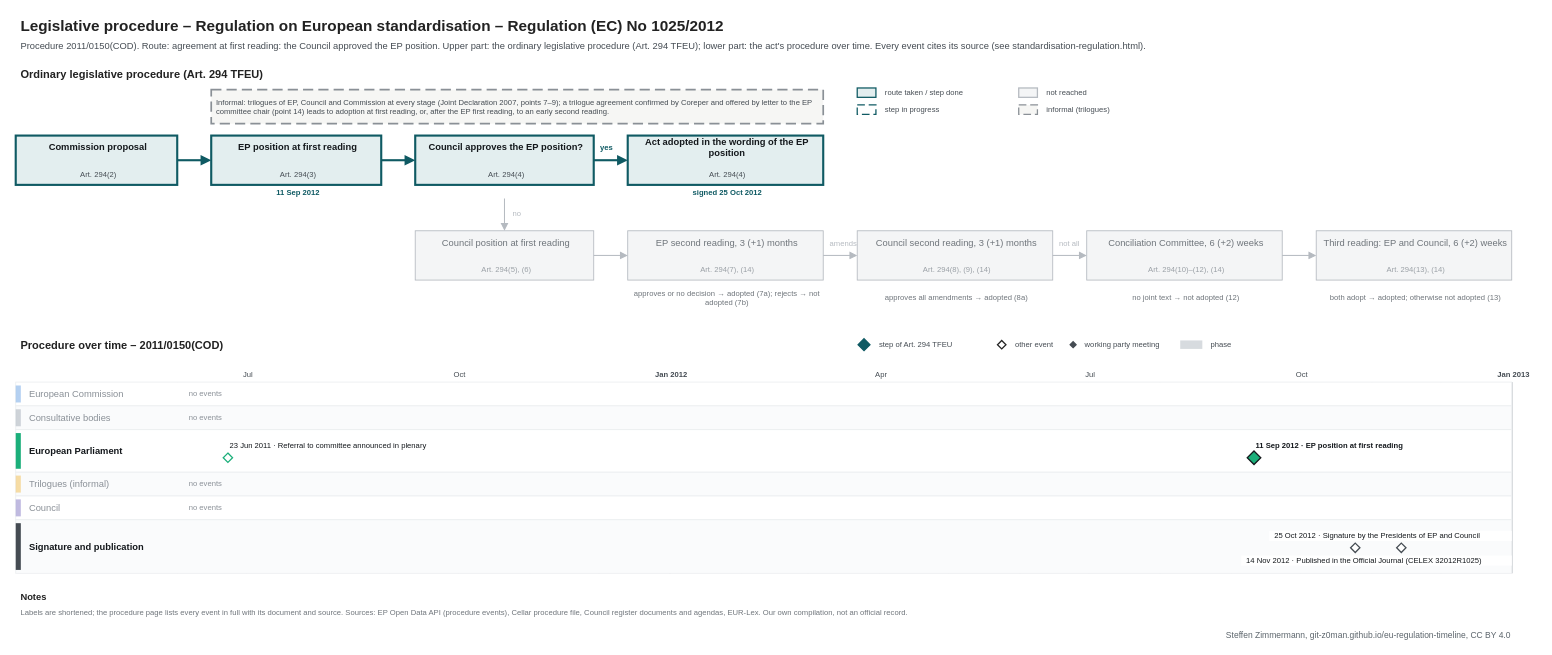
This is procedures/standardisation-regulation.drawio from git-z0man/eu-regulation-timeline, a draw.io file, before an edit. Source tidied: cells renumbered, new cells numbered last; positions are measured from the earlier drawing's top-left corner, leaving out a move shared by most shapes. Both pictures are drawn from the tidied source at 85%, with x=0, y=0 at pixel (15, 14).
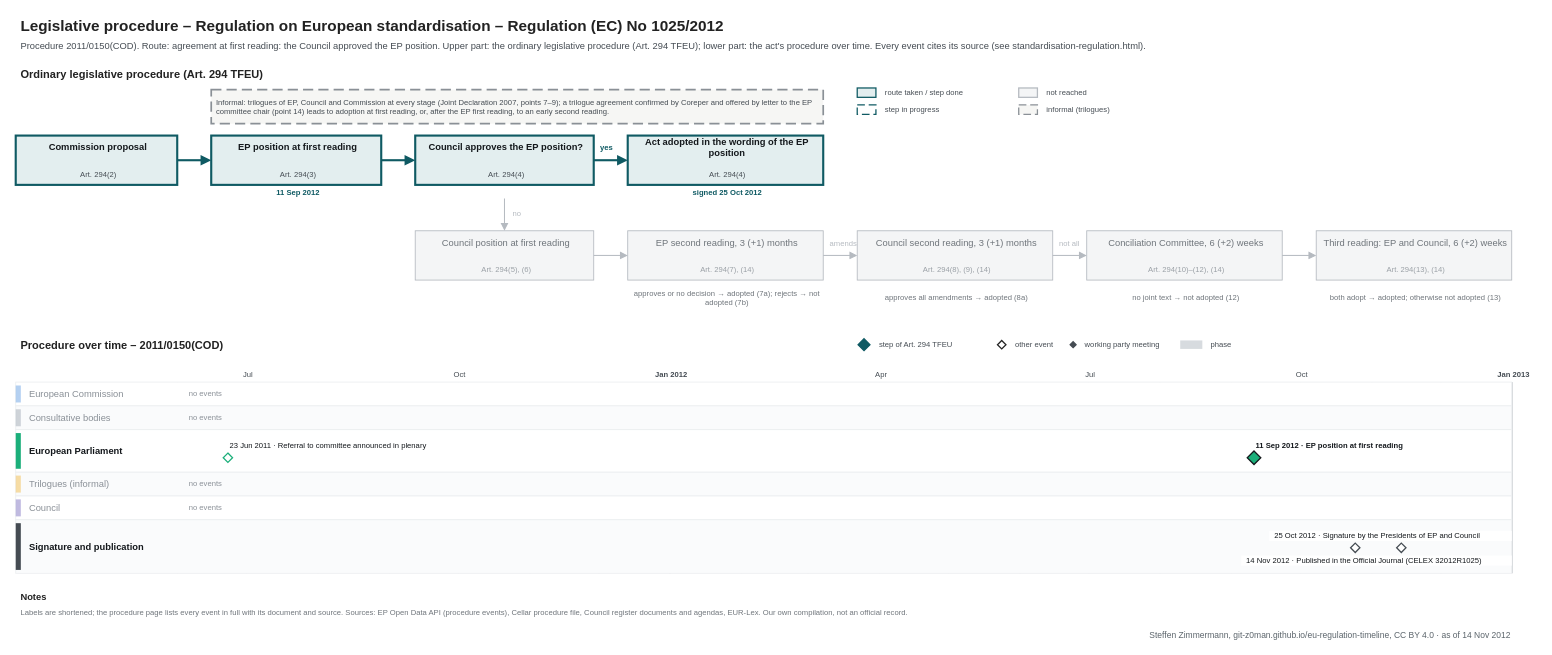
The same page after the edit.

Diff of the diagram source:
```diff
@@
-    <mxCell id="128" value="Steffen Zimmermann, git-z0man.github.io/eu-regulation-timeline, CC BY 4.0" style="text;html=1;fontSize=10;fontColor=#5b646b;align=right;verticalAlign=middle;spacingLeft=4;" parent="1" vertex="1">
+    <mxCell id="128" value="Steffen Zimmermann, git-z0man.github.io/eu-regulation-timeline, CC BY 4.0 · as of 14 Nov 2012" style="text;html=1;fontSize=10;fontColor=#5b646b;align=right;verticalAlign=middle;spacingLeft=4;" parent="1" vertex="1">
       <mxGeometry y="721" width="1760" height="16" as="geometry" />
     </mxCell>
```
